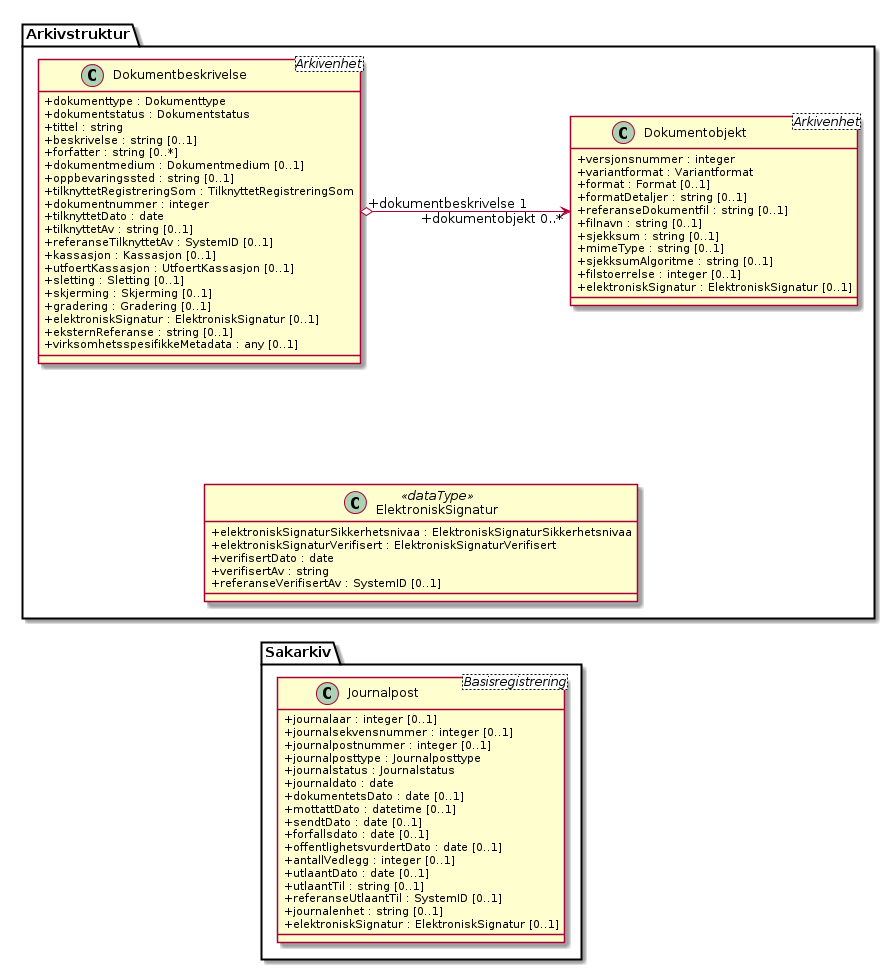
Above: kapitler/media/uml-elektronisk-signatur.png in arkivverket/noark5-tjenestegrensesnitt-standard (PlantUML), before the change.
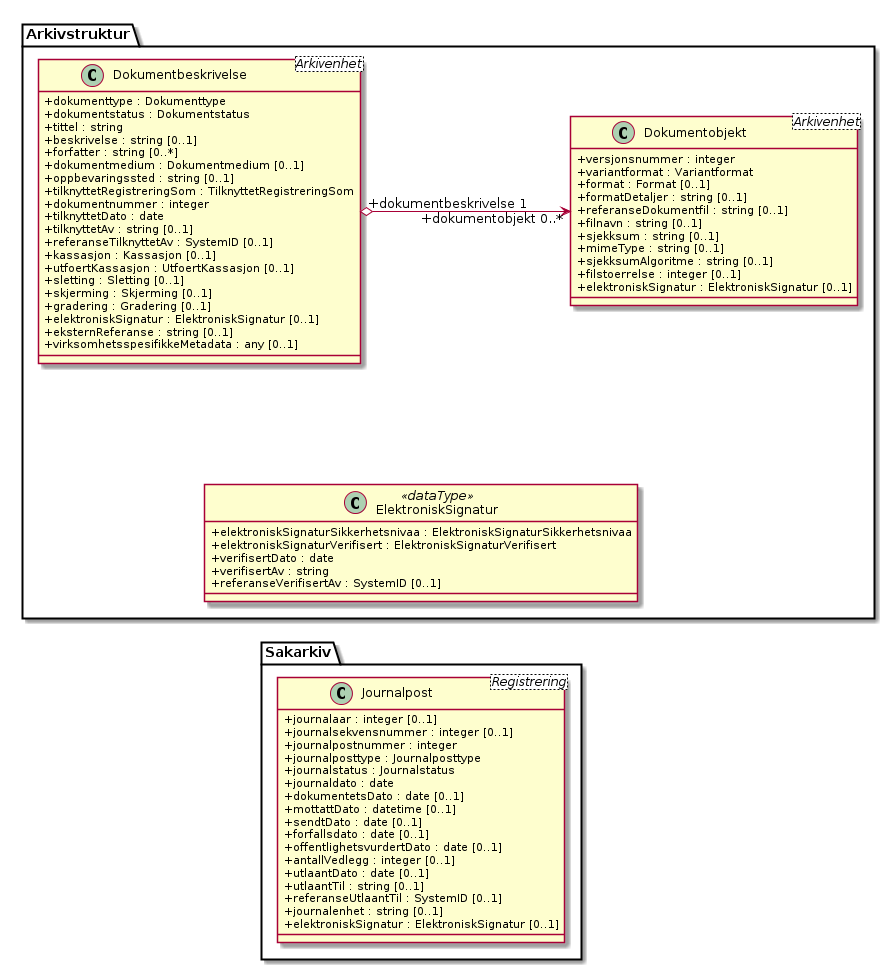
Above is the later version.

Diff of the diagram source:
```diff
@@ -2,10 +2,10 @@
 skinparam classAttributeIconSize 0
 skinparam nodesep 210
 
-class Sakarkiv.Journalpost <Basisregistrering> {
+class Sakarkiv.Journalpost <Registrering> {
   +journalaar : integer [0..1]
   +journalsekvensnummer : integer [0..1]
-  +journalpostnummer : integer [0..1]
+  +journalpostnummer : integer
   +journalposttype : Journalposttype
   +journalstatus : Journalstatus
   +journaldato : date
```
